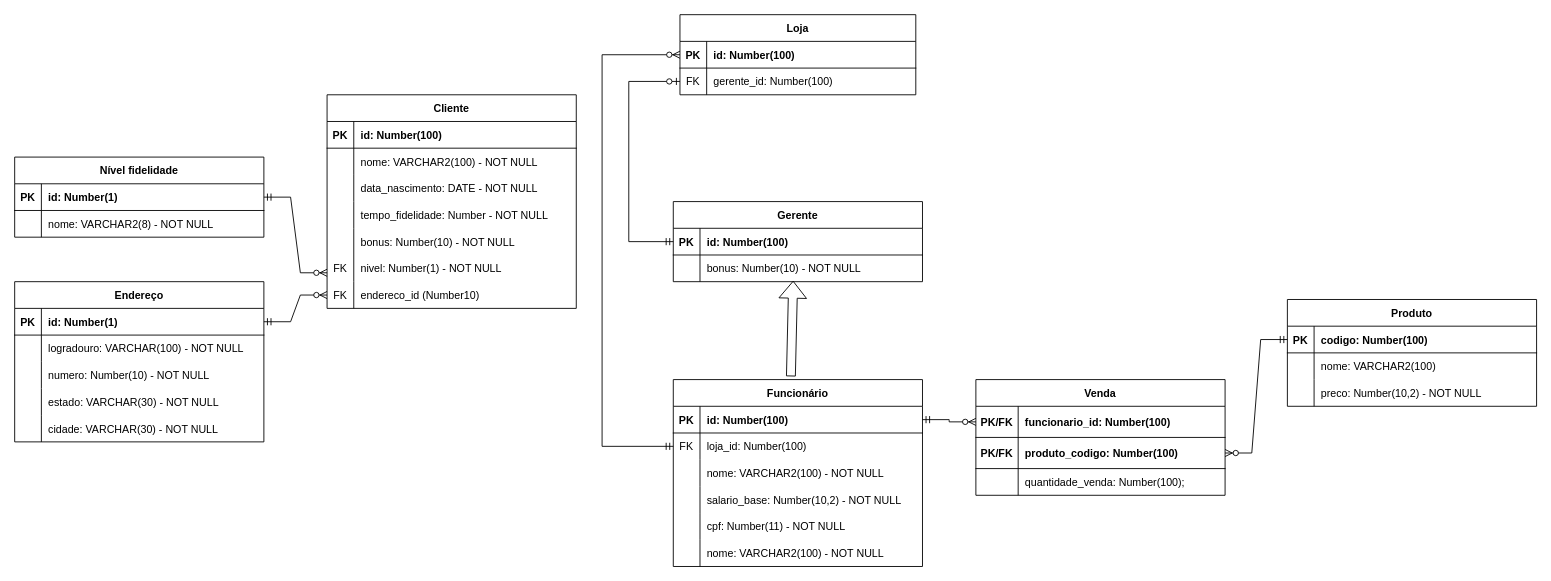
This is loja-diagrama.drawio from ajhopf/modelagem_dados, a draw.io file, before an edit. Source tidied: cells renumbered, new cells numbered last; positions are measured from the earlier drawing's top-left corner, leaving out a move shared by most shapes. Both pictures are drawn from the tidied source at 89%, with x=0, y=0 at pixel (14, 14).
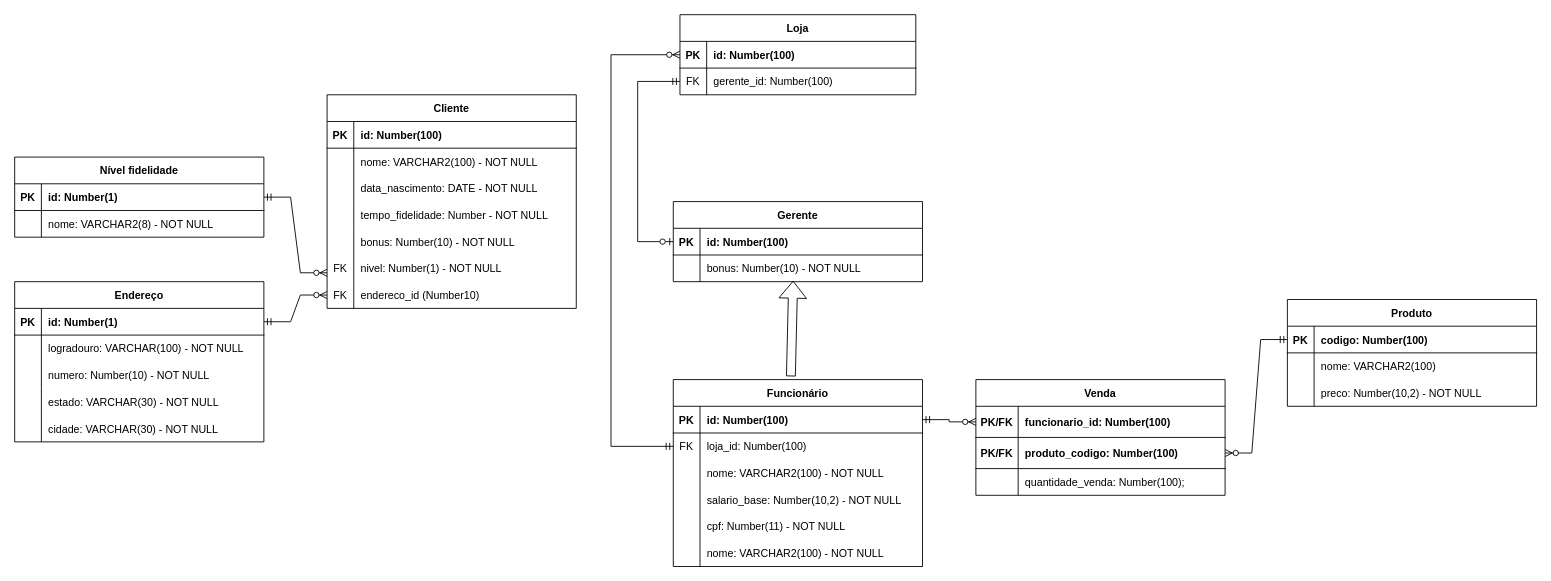
After the change.

Commit message (it also covers changes not shown here):
Inverte relação entre gerente e loja

Unchanged cells that the change refers to:
```xml
<mxCell id="4" style="shape=tableRow;horizontal=0;startSize=0;swimlaneHead=0;swimlaneBody=0;fillColor=none;points=[[0,0.5],[1,0.5]];portConstraint=eastwest;top=0;left=0;right=0;bottom=1;" parent="3" vertex="1">
  <mxGeometry y="30" width="265" height="30" as="geometry" />
</mxCell>
<mxCell id="7" style="shape=tableRow;horizontal=0;startSize=0;swimlaneHead=0;swimlaneBody=0;fillColor=none;points=[[0,0.5],[1,0.5]];portConstraint=eastwest;top=0;left=0;right=0;bottom=0;" parent="3" vertex="1">
  <mxGeometry y="60" width="265" height="30" as="geometry" />
</mxCell>
<mxCell id="24" style="shape=tableRow;horizontal=0;startSize=0;swimlaneHead=0;swimlaneBody=0;fillColor=none;points=[[0,0.5],[1,0.5]];portConstraint=eastwest;top=0;left=0;right=0;bottom=0;" parent="20" vertex="1">
  <mxGeometry y="60" width="280" height="30" as="geometry" />
</mxCell>
<mxCell id="97" style="shape=tableRow;horizontal=0;startSize=0;swimlaneHead=0;swimlaneBody=0;fillColor=none;points=[[0,0.5],[1,0.5]];portConstraint=eastwest;top=0;left=0;right=0;bottom=1;" parent="96" vertex="1">
  <mxGeometry y="30" width="280" height="30" as="geometry" />
</mxCell>
```

Diff of the diagram source:
```diff
@@
-    <mxCell id="2" style="edgeStyle=orthogonalEdgeStyle;fontSize=12;html=1;endArrow=ERzeroToOne;startArrow=ERmandOne;rounded=0;exitX=0;exitY=0.5;exitDx=0;exitDy=0;entryX=0;entryY=0.5;entryDx=0;entryDy=0;" parent="1" edge="1" source="97" target="7">
+    <mxCell id="2" style="edgeStyle=orthogonalEdgeStyle;fontSize=12;html=1;endArrow=ERzeroToOne;startArrow=ERmandOne;rounded=0;exitX=0;exitY=0.5;exitDx=0;exitDy=0;entryX=0;entryY=0.5;entryDx=0;entryDy=0;" parent="1" edge="1" source="7" target="97">
       <mxGeometry relative="1" as="geometry">
         <Array as="points">
-          <mxPoint x="690" y="255" />
-          <mxPoint x="690" y="75" />
+          <mxPoint x="700" y="75" />
+          <mxPoint x="700" y="255" />
         </Array>
       </mxGeometry>
     </mxCell>
@@
     <mxCell id="104" style="edgeStyle=orthogonalEdgeStyle;fontSize=12;html=1;endArrow=ERzeroToMany;startArrow=ERmandOne;rounded=0;entryX=0;entryY=0.5;entryDx=0;entryDy=0;exitX=0;exitY=0.5;exitDx=0;exitDy=0;" parent="1" edge="1" source="24" target="4">
       <mxGeometry relative="1" as="geometry">
         <Array as="points">
-          <mxPoint x="660" y="485" />
-          <mxPoint x="660" y="45" />
+          <mxPoint x="670" y="485" />
+          <mxPoint x="670" y="45" />
         </Array>
       </mxGeometry>
     </mxCell>
```
